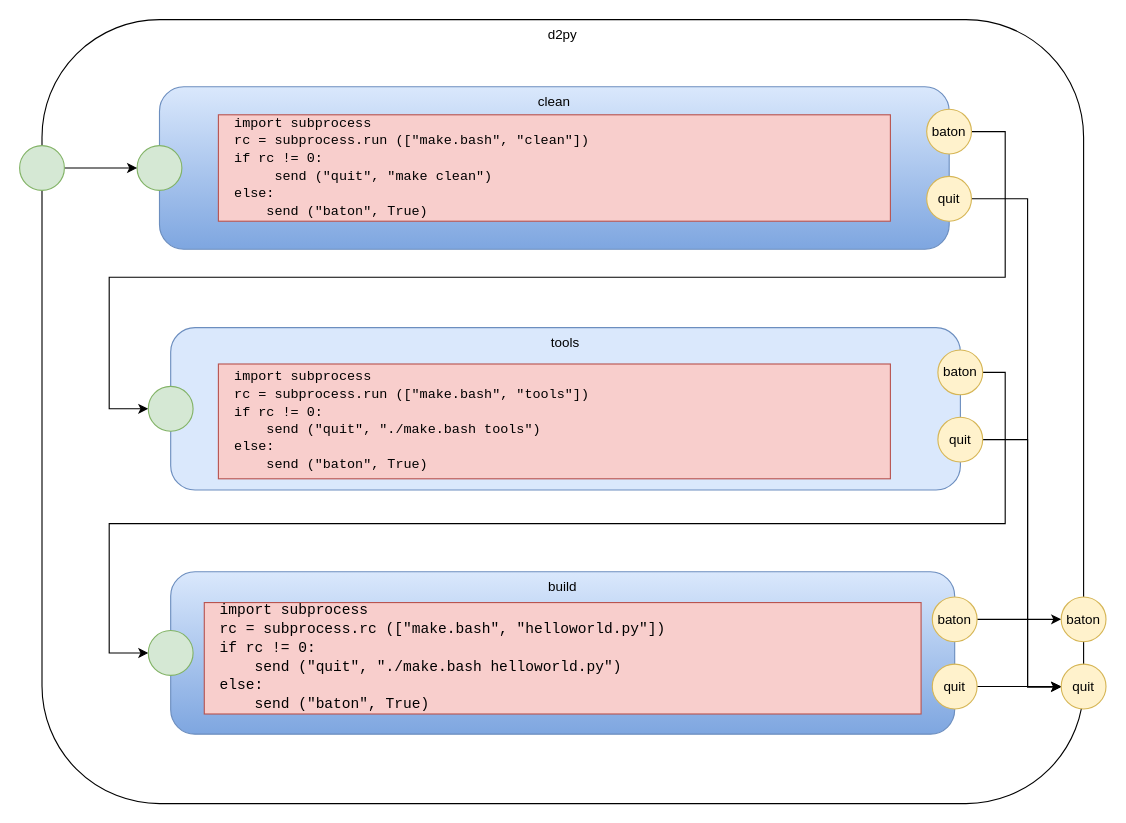
Before: d2py.drawio in guitarvydas/das, a draw.io diagram. Source tidied: cells renumbered, new cells numbered last; positions are measured from the earlier drawing's top-left corner, leaving out a move shared by most shapes. Both pictures are drawn from the tidied source at 112%, with x=0, y=0 at pixel (19, 19).
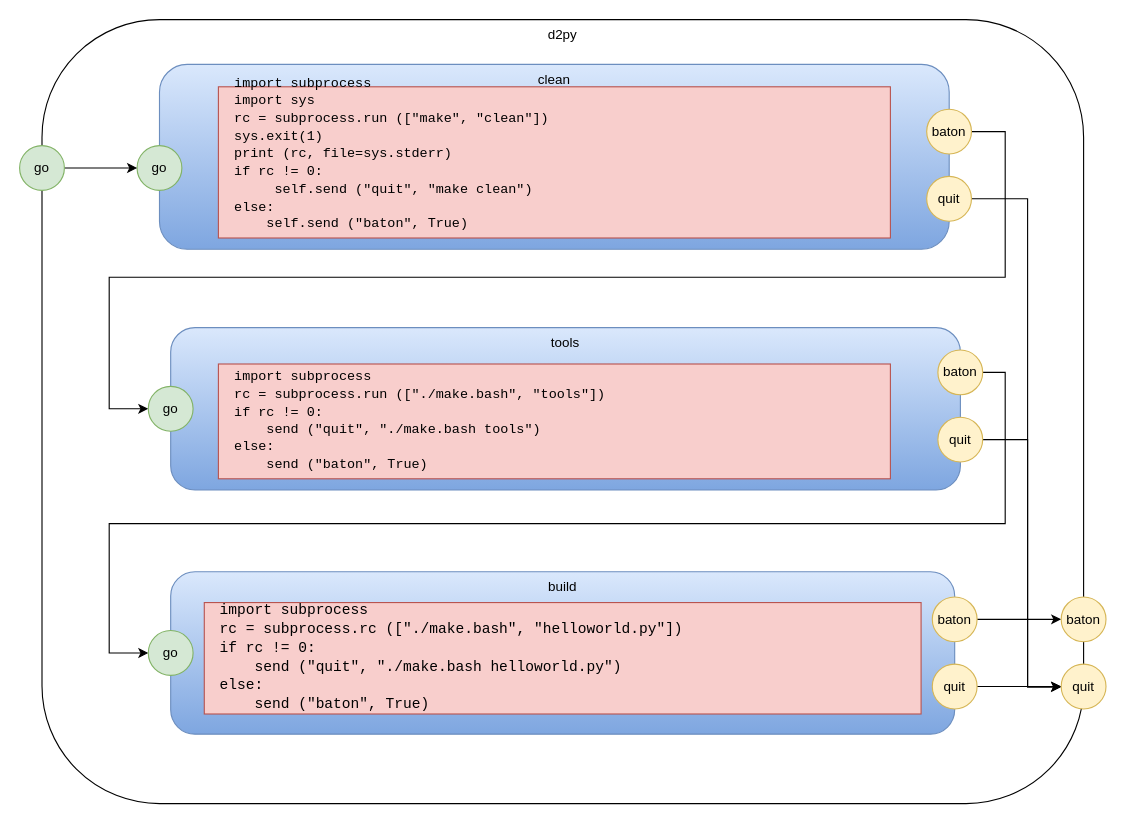
The same page after the edit.

The edit, as a diff of the source:
```diff
@@
-    <mxCell id="3" value="tools" style="rounded=1;whiteSpace=wrap;html=1;verticalAlign=top;fillColor=#dae8fc;strokeColor=#6c8ebf;" parent="1" vertex="1">
+    <mxCell id="3" value="tools" style="rounded=1;whiteSpace=wrap;html=1;verticalAlign=top;fillColor=#dae8fc;strokeColor=#6c8ebf;gradientColor=#7ea6e0;" parent="1" vertex="1">
       <mxGeometry x="134.9" y="275" width="705.1" height="145" as="geometry" />
     </mxCell>
@@
     <mxCell id="5" value="clean" style="rounded=1;whiteSpace=wrap;html=1;gradientColor=#7ea6e0;fillColor=#dae8fc;strokeColor=#6c8ebf;verticalAlign=top;" parent="1" vertex="1">
-      <mxGeometry x="124.9" y="60" width="705.1" height="145" as="geometry" />
+      <mxGeometry x="124.9" y="40" width="705.1" height="165" as="geometry" />
     </mxCell>
-    <mxCell id="6" value="&lt;pre class=&quot;lang-py s-code-block&quot; style=&quot;margin-top: 0px ; margin-bottom: 0px ; padding: 12px ; border: 0px ; font-stretch: inherit ; line-height: 1.30769 ; vertical-align: baseline ; box-sizing: inherit ; width: auto ; max-height: 600px ; overflow: auto ; border-radius: 5px ; overflow-wrap: normal&quot;&gt;import subprocess&lt;br&gt;rc = subprocess.run ([&quot;make.bash&quot;, &quot;clean&quot;])&lt;br&gt;if rc != 0:&lt;br&gt;     send (&quot;quit&quot;, &quot;make clean&quot;)&lt;br&gt;else:&lt;br&gt;    send (&quot;baton&quot;, True)&lt;/pre&gt;&lt;div&gt;&lt;/div&gt;" style="rounded=0;whiteSpace=wrap;html=1;fillColor=#f8cecc;strokeColor=#b85450;align=left;" parent="1" vertex="1">
-      <mxGeometry x="177.5" y="85" width="600" height="95" as="geometry" />
+    <mxCell id="6" value="&lt;pre class=&quot;lang-py s-code-block&quot; style=&quot;margin-top: 0px ; margin-bottom: 0px ; padding: 12px ; border: 0px ; font-stretch: inherit ; line-height: 1.30769 ; vertical-align: baseline ; box-sizing: inherit ; width: auto ; max-height: 600px ; overflow: auto ; border-radius: 5px ; overflow-wrap: normal&quot;&gt;import subprocess&lt;br&gt;import sys&lt;br&gt;rc = subprocess.run ([&quot;make&quot;, &quot;clean&quot;])&lt;br&gt;sys.exit(1)&lt;br&gt;print (rc, file=sys.stderr)&lt;br&gt;if rc != 0:&lt;br&gt;     self.send (&quot;quit&quot;, &quot;make clean&quot;)&lt;br&gt;else:&lt;br&gt;    self.send (&quot;baton&quot;, True)&lt;br&gt;&lt;/pre&gt;&lt;div&gt;&lt;br&gt;&lt;/div&gt;&lt;div&gt;&lt;/div&gt;" style="rounded=0;whiteSpace=wrap;html=1;fillColor=#f8cecc;strokeColor=#b85450;align=left;" parent="1" vertex="1">
+      <mxGeometry x="177.5" y="60" width="600" height="135" as="geometry" />
     </mxCell>
-    <mxCell id="7" value="&lt;pre class=&quot;lang-py s-code-block&quot; style=&quot;margin-top: 0px ; margin-bottom: 0px ; padding: 12px ; border: 0px ; font-stretch: inherit ; line-height: 1.30769 ; vertical-align: baseline ; box-sizing: inherit ; width: auto ; max-height: 600px ; overflow: auto ; border-radius: 5px ; overflow-wrap: normal&quot;&gt;import subprocess&lt;br&gt;rc = subprocess.run ([&quot;make.bash&quot;, &quot;tools&quot;])&lt;br&gt;if rc != 0:&lt;br&gt;    send (&quot;quit&quot;, &quot;./make.bash tools&quot;)&lt;br&gt;else:&lt;br&gt;    send (&quot;baton&quot;, True)&lt;/pre&gt;&lt;div&gt;&lt;/div&gt;" style="rounded=0;whiteSpace=wrap;html=1;fillColor=#f8cecc;strokeColor=#b85450;align=left;" parent="1" vertex="1">
+    <mxCell id="7" value="&lt;pre class=&quot;lang-py s-code-block&quot; style=&quot;margin-top: 0px ; margin-bottom: 0px ; padding: 12px ; border: 0px ; font-stretch: inherit ; line-height: 1.30769 ; vertical-align: baseline ; box-sizing: inherit ; width: auto ; max-height: 600px ; overflow: auto ; border-radius: 5px ; overflow-wrap: normal&quot;&gt;import subprocess&lt;br&gt;rc = subprocess.run ([&quot;./make.bash&quot;, &quot;tools&quot;])&lt;br&gt;if rc != 0:&lt;br&gt;    send (&quot;quit&quot;, &quot;./make.bash tools&quot;)&lt;br&gt;else:&lt;br&gt;    send (&quot;baton&quot;, True)&lt;/pre&gt;&lt;div&gt;&lt;/div&gt;" style="rounded=0;whiteSpace=wrap;html=1;fillColor=#f8cecc;strokeColor=#b85450;align=left;" parent="1" vertex="1">
       <mxGeometry x="177.5" y="307.5" width="600" height="102.5" as="geometry" />
     </mxCell>
-    <mxCell id="8" value="&lt;pre class=&quot;lang-py s-code-block&quot; style=&quot;margin-top: 0px ; margin-bottom: 0px ; padding: 12px ; border: 0px ; font-stretch: inherit ; line-height: 1.30769 ; vertical-align: baseline ; box-sizing: inherit ; width: auto ; max-height: 600px ; overflow: auto ; border-radius: 5px ; overflow-wrap: normal&quot;&gt;&lt;span style=&quot;font-size: 13px&quot;&gt;import subprocess&lt;br&gt;rc = subprocess.rc ([&quot;make.bash&quot;, &quot;helloworld.py&quot;])&lt;br&gt;if rc != 0:&lt;br&gt;    send (&quot;quit&quot;, &quot;./make.bash helloworld.py&quot;)&lt;br&gt;else:&lt;br&gt;    send (&quot;baton&quot;, True)&lt;/span&gt;&lt;/pre&gt;&lt;div&gt;&lt;/div&gt;" style="rounded=0;whiteSpace=wrap;html=1;fillColor=#f8cecc;strokeColor=#b85450;align=left;" parent="1" vertex="1">
+    <mxCell id="8" value="&lt;pre class=&quot;lang-py s-code-block&quot; style=&quot;margin-top: 0px ; margin-bottom: 0px ; padding: 12px ; border: 0px ; font-stretch: inherit ; line-height: 1.30769 ; vertical-align: baseline ; box-sizing: inherit ; width: auto ; max-height: 600px ; overflow: auto ; border-radius: 5px ; overflow-wrap: normal&quot;&gt;&lt;span style=&quot;font-size: 13px&quot;&gt;import subprocess&lt;br&gt;rc = subprocess.rc ([&quot;./make.bash&quot;, &quot;helloworld.py&quot;])&lt;br&gt;if rc != 0:&lt;br&gt;    send (&quot;quit&quot;, &quot;./make.bash helloworld.py&quot;)&lt;br&gt;else:&lt;br&gt;    send (&quot;baton&quot;, True)&lt;/span&gt;&lt;/pre&gt;&lt;div&gt;&lt;/div&gt;" style="rounded=0;whiteSpace=wrap;html=1;fillColor=#f8cecc;strokeColor=#b85450;align=left;" parent="1" vertex="1">
       <mxGeometry x="164.9" y="520.5" width="640" height="99.5" as="geometry" />
     </mxCell>
-    <mxCell id="9" style="ellipse;whiteSpace=wrap;html=1;fillColor=#d5e8d4;strokeColor=#82b366;" parent="1" vertex="1">
+    <mxCell id="9" value="go" style="ellipse;whiteSpace=wrap;html=1;fillColor=#d5e8d4;strokeColor=#82b366;" parent="1" vertex="1">
       <mxGeometry x="104.9" y="112.5" width="40" height="40" as="geometry" />
     </mxCell>
@@
-    <mxCell id="14" style="ellipse;whiteSpace=wrap;html=1;fillColor=#d5e8d4;strokeColor=#82b366;" parent="1" vertex="1">
+    <mxCell id="14" value="go" style="ellipse;whiteSpace=wrap;html=1;fillColor=#d5e8d4;strokeColor=#82b366;" parent="1" vertex="1">
       <mxGeometry x="114.9" y="327.5" width="40" height="40" as="geometry" />
     </mxCell>
@@
-    <mxCell id="19" style="ellipse;whiteSpace=wrap;html=1;fillColor=#d5e8d4;strokeColor=#82b366;" parent="1" vertex="1">
+    <mxCell id="19" value="go" style="ellipse;whiteSpace=wrap;html=1;fillColor=#d5e8d4;strokeColor=#82b366;" parent="1" vertex="1">
       <mxGeometry x="114.9" y="545.5" width="40" height="40" as="geometry" />
     </mxCell>
@@
-    <mxCell id="25" style="ellipse;whiteSpace=wrap;html=1;fillColor=#d5e8d4;strokeColor=#82b366;" parent="1" vertex="1">
+    <mxCell id="25" value="go" style="ellipse;whiteSpace=wrap;html=1;fillColor=#d5e8d4;strokeColor=#82b366;" parent="1" vertex="1">
       <mxGeometry y="112.5" width="40" height="40" as="geometry" />
     </mxCell>
```
